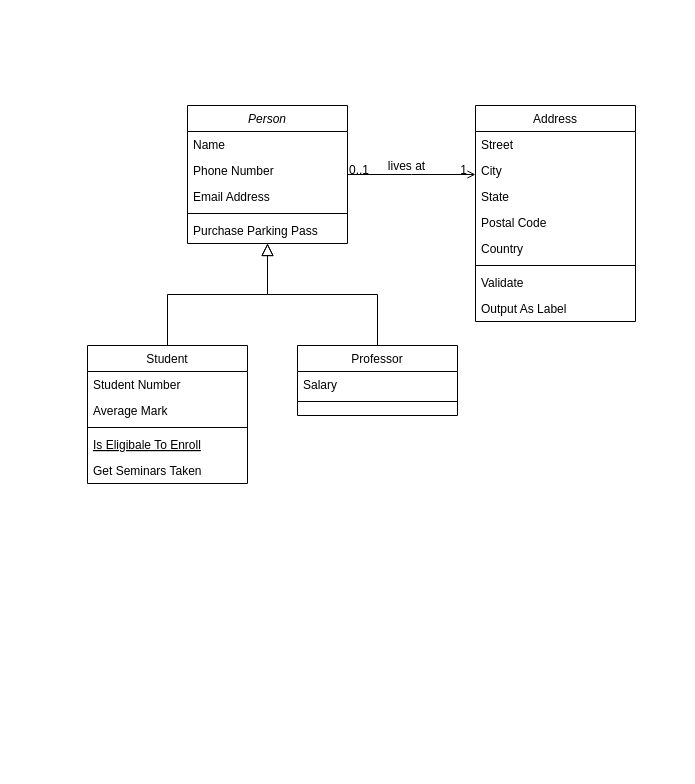
Before: penny bank.drawio in hojinWoo/pennyBank, a draw.io diagram. Source tidied: cells renumbered, new cells numbered last; positions are measured from the earlier drawing's top-left corner, leaving out a move shared by most shapes. Both pictures are drawn from the tidied source at 100%, with x=0, y=0 at pixel (87, 105).
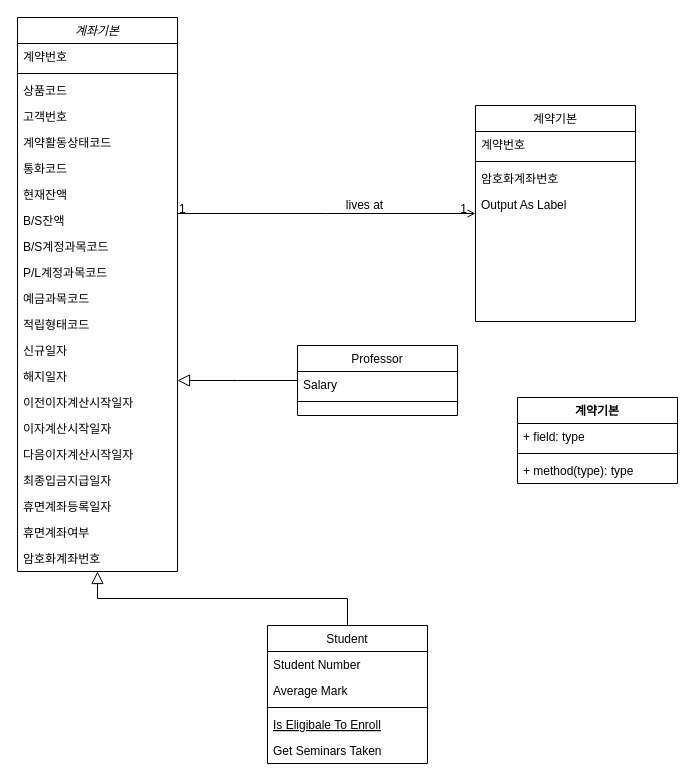
Above is the later version.

Unchanged cells that the change refers to:
```xml
<mxCell id="28" style="endArrow=open;shadow=0;strokeWidth=1;rounded=0;endFill=1;edgeStyle=elbowEdgeStyle;elbow=vertical;" parent="1" edge="1" source="2" target="19">
  <mxGeometry x="0.5" y="41" relative="1" as="geometry">
    <mxPoint x="-40" y="32" as="offset" />
  </mxGeometry>
</mxCell>
```

The edit, as a diff of the source:
```diff
@@
-    <mxCell id="2" value="Person" style="swimlane;fontStyle=2;align=center;verticalAlign=top;horizontal=1;startSize=26;rounded=0;shadow=0;strokeWidth=1;" parent="1" vertex="1">
-      <mxGeometry x="100" width="160" height="138" as="geometry" />
+    <mxCell id="2" value="계좌기본&#10;" style="swimlane;fontStyle=2;align=center;verticalAlign=top;horizontal=1;startSize=26;rounded=0;shadow=0;strokeWidth=1;" parent="1" vertex="1">
+      <mxGeometry x="-70" y="-88" width="160" height="554" as="geometry" />
     </mxCell>
-    <mxCell id="3" value="Name" style="text;align=left;verticalAlign=top;spacingLeft=4;spacingRight=4;overflow=hidden;" parent="2" vertex="1">
+    <mxCell id="3" value="계약번호" style="text;align=left;verticalAlign=top;spacingLeft=4;spacingRight=4;overflow=hidden;" parent="2" vertex="1">
       <mxGeometry y="26" width="160" height="26" as="geometry" />
     </mxCell>
-    <mxCell id="4" value="Phone Number" style="text;align=left;verticalAlign=top;spacingLeft=4;spacingRight=4;overflow=hidden;rounded=0;shadow=0;html=0;" parent="2" vertex="1">
-      <mxGeometry y="52" width="160" height="26" as="geometry" />
-    </mxCell>
-    <mxCell id="5" value="Email Address" style="text;align=left;verticalAlign=top;spacingLeft=4;spacingRight=4;overflow=hidden;rounded=0;shadow=0;html=0;" parent="2" vertex="1">
-      <mxGeometry y="78" width="160" height="26" as="geometry" />
-    </mxCell>
     <mxCell id="6" style="line;html=1;strokeWidth=1;align=left;verticalAlign=middle;spacingTop=-1;spacingLeft=3;spacingRight=3;labelPosition=right;" parent="2" vertex="1">
-      <mxGeometry y="104" width="160" height="8" as="geometry" />
+      <mxGeometry y="52" width="160" height="8" as="geometry" />
     </mxCell>
-    <mxCell id="7" value="Purchase Parking Pass" style="text;align=left;verticalAlign=top;spacingLeft=4;spacingRight=4;overflow=hidden;" parent="2" vertex="1">
-      <mxGeometry y="112" width="160" height="26" as="geometry" />
+    <mxCell id="7" value="상품코드" style="text;align=left;verticalAlign=top;spacingLeft=4;spacingRight=4;overflow=hidden;" parent="2" vertex="1">
+      <mxGeometry y="60" width="160" height="26" as="geometry" />
     </mxCell>
+    <mxCell id="32" value="고객번호" style="text;align=left;verticalAlign=top;spacingLeft=4;spacingRight=4;overflow=hidden;" parent="2" vertex="1">
+      <mxGeometry y="86" width="160" height="26" as="geometry" />
+    </mxCell>
+    <mxCell id="33" value="계약활동상태코드" style="text;align=left;verticalAlign=top;spacingLeft=4;spacingRight=4;overflow=hidden;" parent="2" vertex="1">
+      <mxGeometry y="112" width="160" height="26" as="geometry" />
+    </mxCell>
+    <mxCell id="34" value="통화코드" style="text;align=left;verticalAlign=top;spacingLeft=4;spacingRight=4;overflow=hidden;" parent="2" vertex="1">
+      <mxGeometry y="138" width="160" height="26" as="geometry" />
+    </mxCell>
+    <mxCell id="35" value="현재잔액" style="text;align=left;verticalAlign=top;spacingLeft=4;spacingRight=4;overflow=hidden;" parent="2" vertex="1">
+      <mxGeometry y="164" width="160" height="26" as="geometry" />
+    </mxCell>
+    <mxCell id="36" value="B/S잔액" style="text;align=left;verticalAlign=top;spacingLeft=4;spacingRight=4;overflow=hidden;" parent="2" vertex="1">
+      <mxGeometry y="190" width="160" height="26" as="geometry" />
+    </mxCell>
+    <mxCell id="37" value="B/S계정과목코드" style="text;align=left;verticalAlign=top;spacingLeft=4;spacingRight=4;overflow=hidden;" parent="2" vertex="1">
+      <mxGeometry y="216" width="160" height="26" as="geometry" />
+    </mxCell>
+    <mxCell id="38" value="P/L계정과목코드" style="text;align=left;verticalAlign=top;spacingLeft=4;spacingRight=4;overflow=hidden;" parent="2" vertex="1">
+      <mxGeometry y="242" width="160" height="26" as="geometry" />
+    </mxCell>
+    <mxCell id="39" value="예금과목코드" style="text;align=left;verticalAlign=top;spacingLeft=4;spacingRight=4;overflow=hidden;" parent="2" vertex="1">
+      <mxGeometry y="268" width="160" height="26" as="geometry" />
+    </mxCell>
+    <mxCell id="40" value="적립형태코드" style="text;align=left;verticalAlign=top;spacingLeft=4;spacingRight=4;overflow=hidden;" parent="2" vertex="1">
+      <mxGeometry y="294" width="160" height="26" as="geometry" />
+    </mxCell>
+    <mxCell id="41" value="신규일자" style="text;align=left;verticalAlign=top;spacingLeft=4;spacingRight=4;overflow=hidden;" parent="2" vertex="1">
+      <mxGeometry y="320" width="160" height="26" as="geometry" />
+    </mxCell>
+    <mxCell id="42" value="해지일자" style="text;align=left;verticalAlign=top;spacingLeft=4;spacingRight=4;overflow=hidden;" parent="2" vertex="1">
+      <mxGeometry y="346" width="160" height="26" as="geometry" />
+    </mxCell>
+    <mxCell id="43" value="이전이자계산시작일자" style="text;align=left;verticalAlign=top;spacingLeft=4;spacingRight=4;overflow=hidden;" parent="2" vertex="1">
+      <mxGeometry y="372" width="160" height="26" as="geometry" />
+    </mxCell>
+    <mxCell id="44" value="이자계산시작일자" style="text;align=left;verticalAlign=top;spacingLeft=4;spacingRight=4;overflow=hidden;" parent="2" vertex="1">
+      <mxGeometry y="398" width="160" height="26" as="geometry" />
+    </mxCell>
+    <mxCell id="45" value="다음이자계산시작일자" style="text;align=left;verticalAlign=top;spacingLeft=4;spacingRight=4;overflow=hidden;" parent="2" vertex="1">
+      <mxGeometry y="424" width="160" height="26" as="geometry" />
+    </mxCell>
+    <mxCell id="46" value="최종입금지급일자" style="text;align=left;verticalAlign=top;spacingLeft=4;spacingRight=4;overflow=hidden;" parent="2" vertex="1">
+      <mxGeometry y="450" width="160" height="26" as="geometry" />
+    </mxCell>
+    <mxCell id="47" value="휴면계좌등록일자" style="text;align=left;verticalAlign=top;spacingLeft=4;spacingRight=4;overflow=hidden;" parent="2" vertex="1">
+      <mxGeometry y="476" width="160" height="26" as="geometry" />
+    </mxCell>
+    <mxCell id="48" value="휴면계좌여부" style="text;align=left;verticalAlign=top;spacingLeft=4;spacingRight=4;overflow=hidden;" parent="2" vertex="1">
+      <mxGeometry y="502" width="160" height="26" as="geometry" />
+    </mxCell>
+    <mxCell id="49" value="암호화계좌번호" style="text;align=left;verticalAlign=top;spacingLeft=4;spacingRight=4;overflow=hidden;" parent="2" vertex="1">
+      <mxGeometry y="528" width="160" height="26" as="geometry" />
+    </mxCell>
     <mxCell id="8" value="Student" style="swimlane;fontStyle=0;align=center;verticalAlign=top;horizontal=1;startSize=26;rounded=0;shadow=0;strokeWidth=1;" parent="1" vertex="1">
-      <mxGeometry y="240" width="160" height="138" as="geometry" />
+      <mxGeometry x="180" y="520" width="160" height="138" as="geometry" />
     </mxCell>
@@
-    <mxCell id="19" value="Address" style="swimlane;fontStyle=0;align=center;verticalAlign=top;horizontal=1;startSize=26;rounded=0;shadow=0;strokeWidth=1;" parent="1" vertex="1">
+    <mxCell id="19" value="계약기본" style="swimlane;fontStyle=0;align=center;verticalAlign=top;horizontal=1;startSize=26;rounded=0;shadow=0;strokeWidth=1;" parent="1" vertex="1">
       <mxGeometry x="388" width="160" height="216" as="geometry" />
     </mxCell>
-    <mxCell id="20" value="Street" style="text;align=left;verticalAlign=top;spacingLeft=4;spacingRight=4;overflow=hidden;" parent="19" vertex="1">
+    <mxCell id="20" value="계약번호" style="text;align=left;verticalAlign=top;spacingLeft=4;spacingRight=4;overflow=hidden;" parent="19" vertex="1">
       <mxGeometry y="26" width="160" height="26" as="geometry" />
     </mxCell>
-    <mxCell id="21" value="City" style="text;align=left;verticalAlign=top;spacingLeft=4;spacingRight=4;overflow=hidden;rounded=0;shadow=0;html=0;" parent="19" vertex="1">
-      <mxGeometry y="52" width="160" height="26" as="geometry" />
-    </mxCell>
-    <mxCell id="22" value="State" style="text;align=left;verticalAlign=top;spacingLeft=4;spacingRight=4;overflow=hidden;rounded=0;shadow=0;html=0;" parent="19" vertex="1">
-      <mxGeometry y="78" width="160" height="26" as="geometry" />
-    </mxCell>
-    <mxCell id="23" value="Postal Code" style="text;align=left;verticalAlign=top;spacingLeft=4;spacingRight=4;overflow=hidden;rounded=0;shadow=0;html=0;" parent="19" vertex="1">
-      <mxGeometry y="104" width="160" height="26" as="geometry" />
-    </mxCell>
-    <mxCell id="24" value="Country" style="text;align=left;verticalAlign=top;spacingLeft=4;spacingRight=4;overflow=hidden;rounded=0;shadow=0;html=0;" parent="19" vertex="1">
-      <mxGeometry y="130" width="160" height="26" as="geometry" />
-    </mxCell>
     <mxCell id="25" style="line;html=1;strokeWidth=1;align=left;verticalAlign=middle;spacingTop=-1;spacingLeft=3;spacingRight=3;labelPosition=right;" parent="19" vertex="1">
-      <mxGeometry y="156" width="160" height="8" as="geometry" />
+      <mxGeometry y="52" width="160" height="8" as="geometry" />
     </mxCell>
-    <mxCell id="26" value="Validate" style="text;align=left;verticalAlign=top;spacingLeft=4;spacingRight=4;overflow=hidden;" parent="19" vertex="1">
-      <mxGeometry y="164" width="160" height="26" as="geometry" />
+    <mxCell id="26" value="암호화계좌번호" style="text;align=left;verticalAlign=top;spacingLeft=4;spacingRight=4;overflow=hidden;" parent="19" vertex="1">
+      <mxGeometry y="60" width="160" height="26" as="geometry" />
     </mxCell>
     <mxCell id="27" value="Output As Label" style="text;align=left;verticalAlign=top;spacingLeft=4;spacingRight=4;overflow=hidden;" parent="19" vertex="1">
-      <mxGeometry y="190" width="160" height="26" as="geometry" />
+      <mxGeometry y="86" width="160" height="26" as="geometry" />
     </mxCell>
@@
-    <mxCell id="29" value="0..1" style="align=left;verticalAlign=bottom;labelBackgroundColor=none;fontSize=12;" parent="28" vertex="1">
+    <mxCell id="29" value="1" style="align=left;verticalAlign=bottom;labelBackgroundColor=none;fontSize=12;" parent="28" vertex="1">
       <mxGeometry x="-1" relative="1" as="geometry">
         <mxPoint y="4" as="offset" />
       </mxGeometry>
     </mxCell>
@@
+    <mxCell id="50" value="계약기본" style="swimlane;fontStyle=1;align=center;verticalAlign=top;horizontal=1;startSize=26;" parent="1" vertex="1">
+      <mxGeometry x="430" y="292" width="160" height="86" as="geometry" />
+    </mxCell>
+    <mxCell id="51" value="+ field: type" style="text;strokeColor=none;fillColor=none;align=left;verticalAlign=top;spacingLeft=4;spacingRight=4;overflow=hidden;" parent="50" vertex="1">
+      <mxGeometry y="26" width="160" height="26" as="geometry" />
+    </mxCell>
+    <mxCell id="52" style="line;strokeWidth=1;fillColor=none;align=left;verticalAlign=middle;spacingTop=-1;spacingLeft=3;spacingRight=3;labelPosition=right;" parent="50" vertex="1">
+      <mxGeometry y="52" width="160" height="8" as="geometry" />
+    </mxCell>
+    <mxCell id="53" value="+ method(type): type" style="text;strokeColor=none;fillColor=none;align=left;verticalAlign=top;spacingLeft=4;spacingRight=4;overflow=hidden;" parent="50" vertex="1">
+      <mxGeometry y="60" width="160" height="26" as="geometry" />
+    </mxCell>
```
